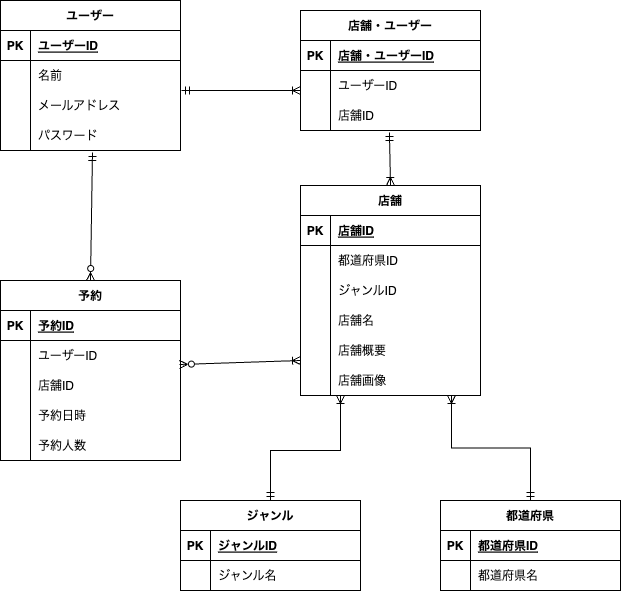
Before: .drawio.png, a diagram exported from draw.io (katsukishiori/advance_). Source tidied: cells renumbered, new cells last; positions are measured from the earlier drawing's top-left corner, leaving out a move shared by most shapes.
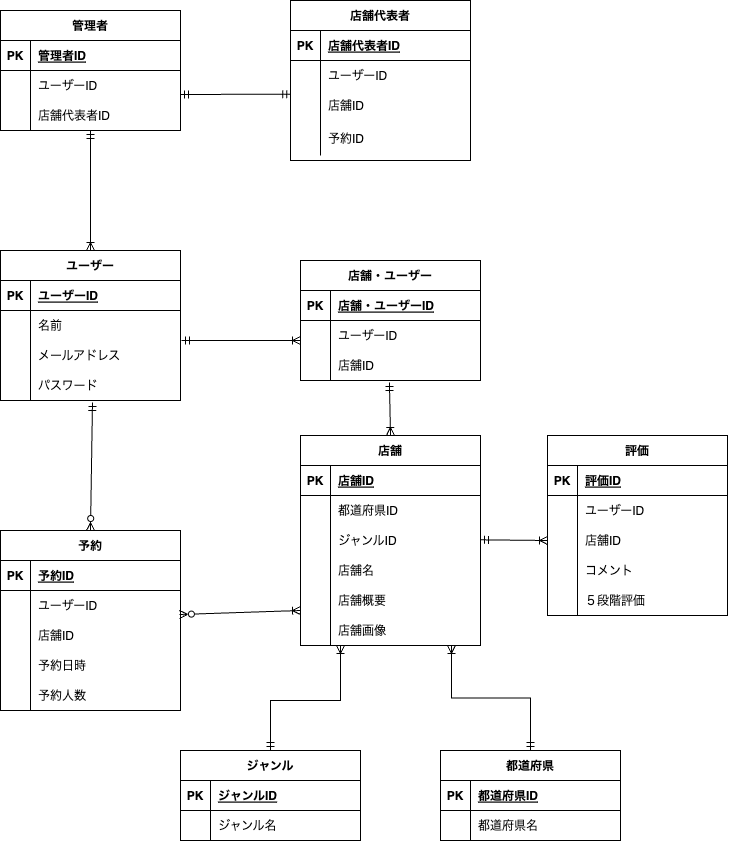
The same file after the commit.

Diff of the diagram source:
```diff
@@ -248,5 +248,137 @@
     <mxCell id="79" style="fontSize=12;html=1;endArrow=ERoneToMany;startArrow=ERmandOne;startFill=0;endFill=0;exitX=0.494;exitY=1.067;exitDx=0;exitDy=0;exitPerimeter=0;entryX=0.5;entryY=0;entryDx=0;entryDy=0;" parent="1" edge="1" source="73" target="15">
       <mxGeometry relative="1" as="geometry" />
     </mxCell>
+    <mxCell id="80" value="管理者" style="shape=table;startSize=30;rowLines=0;fontStyle=1;align=center;" parent="1" vertex="1">
+      <mxGeometry y="-240" width="180" height="120" as="geometry" />
+    </mxCell>
+    <mxCell id="81" style="shape=tableRow;horizontal=0;startSize=0;swimlaneHead=0;swimlaneBody=0;fillColor=none;top=0;left=0;right=0;bottom=1;" parent="80" vertex="1">
+      <mxGeometry y="30" width="180" height="30" as="geometry" />
+    </mxCell>
+    <mxCell id="82" value="PK" style="shape=partialRectangle;fillColor=none;top=0;left=0;bottom=0;right=0;fontStyle=1;overflow=hidden;" parent="81" vertex="1">
+      <mxGeometry width="30" height="30" as="geometry" />
+    </mxCell>
+    <mxCell id="83" value="管理者ID" style="shape=partialRectangle;fillColor=none;top=0;left=0;bottom=0;right=0;align=left;spacingLeft=6;fontStyle=5;overflow=hidden;" parent="81" vertex="1">
+      <mxGeometry x="30" width="150" height="30" as="geometry" />
+    </mxCell>
+    <mxCell id="84" style="shape=tableRow;horizontal=0;startSize=0;swimlaneHead=0;swimlaneBody=0;fillColor=none;top=0;left=0;right=0;bottom=0;" parent="80" vertex="1">
+      <mxGeometry y="60" width="180" height="30" as="geometry" />
+    </mxCell>
+    <mxCell id="85" style="shape=partialRectangle;fillColor=none;top=0;left=0;bottom=0;right=0;overflow=hidden;" parent="84" vertex="1">
+      <mxGeometry width="30" height="30" as="geometry" />
+    </mxCell>
+    <mxCell id="86" value="ユーザーID" style="shape=partialRectangle;fillColor=none;top=0;left=0;bottom=0;right=0;align=left;spacingLeft=6;overflow=hidden;" parent="84" vertex="1">
+      <mxGeometry x="30" width="150" height="30" as="geometry" />
+    </mxCell>
+    <mxCell id="87" style="shape=tableRow;horizontal=0;startSize=0;swimlaneHead=0;swimlaneBody=0;fillColor=none;top=0;left=0;right=0;bottom=0;" parent="80" vertex="1">
+      <mxGeometry y="90" width="180" height="30" as="geometry" />
+    </mxCell>
+    <mxCell id="88" style="shape=partialRectangle;fillColor=none;top=0;left=0;bottom=0;right=0;overflow=hidden;" parent="87" vertex="1">
+      <mxGeometry width="30" height="30" as="geometry" />
+    </mxCell>
+    <mxCell id="89" value="店舗代表者ID" style="shape=partialRectangle;fillColor=none;top=0;left=0;bottom=0;right=0;align=left;spacingLeft=6;overflow=hidden;" parent="87" vertex="1">
+      <mxGeometry x="30" width="150" height="30" as="geometry" />
+    </mxCell>
+    <mxCell id="90" value="評価" style="shape=table;startSize=30;rowLines=0;fontStyle=1;align=center;" parent="1" vertex="1">
+      <mxGeometry x="547" y="185" width="180" height="180" as="geometry" />
+    </mxCell>
+    <mxCell id="91" style="shape=tableRow;horizontal=0;startSize=0;swimlaneHead=0;swimlaneBody=0;fillColor=none;top=0;left=0;right=0;bottom=1;" parent="90" vertex="1">
+      <mxGeometry y="30" width="180" height="30" as="geometry" />
+    </mxCell>
+    <mxCell id="92" value="PK" style="shape=partialRectangle;fillColor=none;top=0;left=0;bottom=0;right=0;fontStyle=1;overflow=hidden;" parent="91" vertex="1">
+      <mxGeometry width="30" height="30" as="geometry" />
+    </mxCell>
+    <mxCell id="93" value="評価ID" style="shape=partialRectangle;fillColor=none;top=0;left=0;bottom=0;right=0;align=left;spacingLeft=6;fontStyle=5;overflow=hidden;" parent="91" vertex="1">
+      <mxGeometry x="30" width="150" height="30" as="geometry" />
+    </mxCell>
+    <mxCell id="94" style="shape=tableRow;horizontal=0;startSize=0;swimlaneHead=0;swimlaneBody=0;fillColor=none;top=0;left=0;right=0;bottom=0;" parent="90" vertex="1">
+      <mxGeometry y="60" width="180" height="30" as="geometry" />
+    </mxCell>
+    <mxCell id="95" style="shape=partialRectangle;fillColor=none;top=0;left=0;bottom=0;right=0;overflow=hidden;" parent="94" vertex="1">
+      <mxGeometry width="30" height="30" as="geometry" />
+    </mxCell>
+    <mxCell id="96" value="ユーザーID" style="shape=partialRectangle;fillColor=none;top=0;left=0;bottom=0;right=0;align=left;spacingLeft=6;overflow=hidden;" parent="94" vertex="1">
+      <mxGeometry x="30" width="150" height="30" as="geometry" />
+    </mxCell>
+    <mxCell id="97" style="shape=tableRow;horizontal=0;startSize=0;swimlaneHead=0;swimlaneBody=0;fillColor=none;points=[[0,0.5],[1,0.5]];portConstraint=eastwest;top=0;left=0;right=0;bottom=0;" parent="90" vertex="1">
+      <mxGeometry y="90" width="180" height="30" as="geometry" />
+    </mxCell>
+    <mxCell id="98" style="shape=partialRectangle;fillColor=none;top=0;left=0;bottom=0;right=0;overflow=hidden;" parent="97" vertex="1">
+      <mxGeometry width="30" height="30" as="geometry" />
+    </mxCell>
+    <mxCell id="99" value="店舗ID" style="shape=partialRectangle;fillColor=none;top=0;left=0;bottom=0;right=0;align=left;spacingLeft=6;overflow=hidden;" parent="97" vertex="1">
+      <mxGeometry x="30" width="150" height="30" as="geometry" />
+    </mxCell>
+    <mxCell id="100" style="shape=tableRow;horizontal=0;startSize=0;swimlaneHead=0;swimlaneBody=0;fillColor=none;top=0;left=0;right=0;bottom=0;" parent="90" vertex="1">
+      <mxGeometry y="120" width="180" height="30" as="geometry" />
+    </mxCell>
+    <mxCell id="101" style="shape=partialRectangle;fillColor=none;top=0;left=0;bottom=0;right=0;overflow=hidden;" parent="100" vertex="1">
+      <mxGeometry width="30" height="30" as="geometry" />
+    </mxCell>
+    <mxCell id="102" value="コメント" style="shape=partialRectangle;fillColor=none;top=0;left=0;bottom=0;right=0;align=left;spacingLeft=6;overflow=hidden;" parent="100" vertex="1">
+      <mxGeometry x="30" width="150" height="30" as="geometry" />
+    </mxCell>
+    <mxCell id="103" style="shape=tableRow;horizontal=0;startSize=0;swimlaneHead=0;swimlaneBody=0;fillColor=none;top=0;left=0;right=0;bottom=0;" parent="90" vertex="1">
+      <mxGeometry y="150" width="180" height="30" as="geometry" />
+    </mxCell>
+    <mxCell id="104" style="shape=partialRectangle;fillColor=none;top=0;left=0;bottom=0;right=0;overflow=hidden;" parent="103" vertex="1">
+      <mxGeometry width="30" height="30" as="geometry" />
+    </mxCell>
+    <mxCell id="105" value="５段階評価" style="shape=partialRectangle;fillColor=none;top=0;left=0;bottom=0;right=0;align=left;spacingLeft=6;overflow=hidden;" parent="103" vertex="1">
+      <mxGeometry x="30" width="150" height="30" as="geometry" />
+    </mxCell>
+    <mxCell id="106" value="店舗代表者" style="shape=table;startSize=30;rowLines=0;fontStyle=1;align=center;" parent="1" vertex="1">
+      <mxGeometry x="290" y="-250" width="180" height="160" as="geometry" />
+    </mxCell>
+    <mxCell id="107" style="shape=tableRow;horizontal=0;startSize=0;swimlaneHead=0;swimlaneBody=0;fillColor=none;top=0;left=0;right=0;bottom=1;" parent="106" vertex="1">
+      <mxGeometry y="30" width="180" height="30" as="geometry" />
+    </mxCell>
+    <mxCell id="108" value="PK" style="shape=partialRectangle;fillColor=none;top=0;left=0;bottom=0;right=0;fontStyle=1;overflow=hidden;" parent="107" vertex="1">
+      <mxGeometry width="30" height="30" as="geometry" />
+    </mxCell>
+    <mxCell id="109" value="店舗代表者ID" style="shape=partialRectangle;fillColor=none;top=0;left=0;bottom=0;right=0;align=left;spacingLeft=6;fontStyle=5;overflow=hidden;" parent="107" vertex="1">
+      <mxGeometry x="30" width="150" height="30" as="geometry" />
+    </mxCell>
+    <mxCell id="110" style="shape=tableRow;horizontal=0;startSize=0;swimlaneHead=0;swimlaneBody=0;fillColor=none;top=0;left=0;right=0;bottom=0;" parent="106" vertex="1">
+      <mxGeometry y="60" width="180" height="30" as="geometry" />
+    </mxCell>
+    <mxCell id="111" style="shape=partialRectangle;fillColor=none;top=0;left=0;bottom=0;right=0;overflow=hidden;" parent="110" vertex="1">
+      <mxGeometry width="30" height="30" as="geometry" />
+    </mxCell>
+    <mxCell id="112" value="ユーザーID" style="shape=partialRectangle;fillColor=none;top=0;left=0;bottom=0;right=0;align=left;spacingLeft=6;overflow=hidden;" parent="110" vertex="1">
+      <mxGeometry x="30" width="150" height="30" as="geometry" />
+    </mxCell>
+    <mxCell id="113" style="shape=tableRow;horizontal=0;startSize=0;swimlaneHead=0;swimlaneBody=0;fillColor=none;points=[[0,0.5],[1,0.5]];portConstraint=eastwest;top=0;left=0;right=0;bottom=0;" parent="106" vertex="1">
+      <mxGeometry y="90" width="180" height="30" as="geometry" />
+    </mxCell>
+    <mxCell id="114" style="shape=partialRectangle;fillColor=none;top=0;left=0;bottom=0;right=0;overflow=hidden;" parent="113" vertex="1">
+      <mxGeometry width="30" height="30" as="geometry" />
+    </mxCell>
+    <mxCell id="115" value="店舗ID" style="shape=partialRectangle;fillColor=none;top=0;left=0;bottom=0;right=0;align=left;spacingLeft=6;overflow=hidden;" parent="113" vertex="1">
+      <mxGeometry x="30" width="150" height="30" as="geometry" />
+    </mxCell>
+    <mxCell id="116" style="shape=tableRow;horizontal=0;startSize=0;swimlaneHead=0;swimlaneBody=0;fillColor=none;top=0;left=0;right=0;bottom=0;" parent="106" vertex="1">
+      <mxGeometry y="120" width="180" height="35" as="geometry" />
+    </mxCell>
+    <mxCell id="117" style="shape=partialRectangle;fillColor=none;top=0;left=0;bottom=0;right=0;overflow=hidden;" parent="116" vertex="1">
+      <mxGeometry width="30" height="35" as="geometry" />
+    </mxCell>
+    <mxCell id="118" value="予約ID" style="shape=partialRectangle;fillColor=none;top=0;left=0;bottom=0;right=0;align=left;spacingLeft=6;overflow=hidden;" parent="116" vertex="1">
+      <mxGeometry x="30" width="150" height="35" as="geometry" />
+    </mxCell>
+    <mxCell id="119" style="fontSize=12;html=1;endArrow=ERoneToMany;startArrow=ERmandOne;startFill=0;endFill=0;exitX=1.006;exitY=0;exitDx=0;exitDy=0;exitPerimeter=0;entryX=0;entryY=0.5;entryDx=0;entryDy=0;" parent="1" edge="1" target="97">
+      <mxGeometry relative="1" as="geometry">
+        <mxPoint x="480" y="289.3" as="sourcePoint" />
+      </mxGeometry>
+    </mxCell>
+    <mxCell id="120" style="fontSize=12;html=1;endArrow=ERmandOne;startArrow=ERmandOne;startFill=0;endFill=0;entryX=0.002;entryY=0.122;entryDx=0;entryDy=0;entryPerimeter=0;" parent="1" edge="1" target="113">
+      <mxGeometry relative="1" as="geometry">
+        <mxPoint x="180" y="-156" as="sourcePoint" />
+      </mxGeometry>
+    </mxCell>
+    <mxCell id="121" style="fontSize=12;html=1;endArrow=ERoneToMany;startArrow=ERmandOne;startFill=0;endFill=0;entryX=0.5;entryY=0;entryDx=0;entryDy=0;" parent="1" edge="1" target="2">
+      <mxGeometry relative="1" as="geometry">
+        <mxPoint x="90" y="-120" as="sourcePoint" />
+      </mxGeometry>
+    </mxCell>
   </root>
 </mxGraphModel>
```
